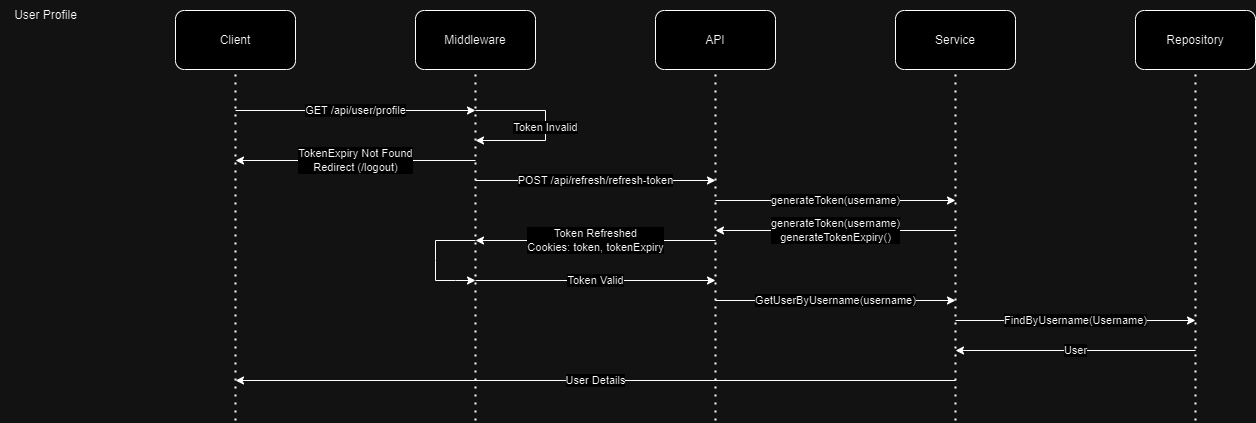
shahd9290/Competitive-Revision-Website keeps this draw.io diagram as documents/images/ProfileSequence.drawio.png. Above is the earlier version. Source tidied: cells renumbered, new cells last; positions are measured from the earlier drawing's top-left corner, leaving out a move shared by most shapes. The source it was exported from:
```xml
<mxGraphModel>
  <root>
    <mxCell id="0" />
    <mxCell id="1" parent="0" />
    <mxCell id="2" value="Middleware" style="rounded=1;whiteSpace=wrap;html=1;" parent="1" vertex="1">
      <mxGeometry x="415" y="10" width="120" height="59" as="geometry" />
    </mxCell>
    <mxCell id="3" style="endArrow=none;dashed=1;html=1;dashPattern=1 3;strokeWidth=2;rounded=0;entryX=0.5;entryY=1;entryDx=0;entryDy=0;" parent="1" edge="1" target="2">
      <mxGeometry relative="1" as="geometry">
        <mxPoint x="475" y="420" as="sourcePoint" />
      </mxGeometry>
    </mxCell>
    <mxCell id="4" value="API" style="rounded=1;whiteSpace=wrap;html=1;" parent="1" vertex="1">
      <mxGeometry x="655" y="10" width="120" height="59" as="geometry" />
    </mxCell>
    <mxCell id="5" style="endArrow=none;dashed=1;html=1;dashPattern=1 3;strokeWidth=2;rounded=0;entryX=0.5;entryY=1;entryDx=0;entryDy=0;" parent="1" edge="1" target="4">
      <mxGeometry relative="1" as="geometry">
        <mxPoint x="715" y="420" as="sourcePoint" />
      </mxGeometry>
    </mxCell>
    <mxCell id="6" value="Service" style="rounded=1;whiteSpace=wrap;html=1;" parent="1" vertex="1">
      <mxGeometry x="895" y="10" width="120" height="59" as="geometry" />
    </mxCell>
    <mxCell id="7" style="endArrow=none;dashed=1;html=1;dashPattern=1 3;strokeWidth=2;rounded=0;entryX=0.5;entryY=1;entryDx=0;entryDy=0;" parent="1" edge="1" target="6">
      <mxGeometry relative="1" as="geometry">
        <mxPoint x="955" y="420" as="sourcePoint" />
      </mxGeometry>
    </mxCell>
    <mxCell id="8" value="Repository" style="rounded=1;whiteSpace=wrap;html=1;" parent="1" vertex="1">
      <mxGeometry x="1135" y="10" width="120" height="59" as="geometry" />
    </mxCell>
    <mxCell id="9" style="endArrow=none;dashed=1;html=1;dashPattern=1 3;strokeWidth=2;rounded=0;entryX=0.5;entryY=1;entryDx=0;entryDy=0;" parent="1" edge="1" target="8">
      <mxGeometry relative="1" as="geometry">
        <mxPoint x="1195" y="420" as="sourcePoint" />
      </mxGeometry>
    </mxCell>
    <mxCell id="10" value="Client" style="rounded=1;whiteSpace=wrap;html=1;" parent="1" vertex="1">
      <mxGeometry x="175" y="10" width="120" height="59" as="geometry" />
    </mxCell>
    <mxCell id="11" style="endArrow=none;dashed=1;html=1;dashPattern=1 3;strokeWidth=2;rounded=0;entryX=0.5;entryY=1;entryDx=0;entryDy=0;" parent="1" edge="1" target="10">
      <mxGeometry relative="1" as="geometry">
        <mxPoint x="235" y="420" as="sourcePoint" />
      </mxGeometry>
    </mxCell>
    <mxCell id="12" value="User Profile" style="text;html=1;align=center;verticalAlign=middle;strokeColor=none;fillColor=none;" parent="1" vertex="1">
      <mxGeometry width="90" height="30" as="geometry" />
    </mxCell>
    <mxCell id="13" value="GET /api/user/profile" style="endArrow=classic;html=1;rounded=0;" parent="1" edge="1">
      <mxGeometry relative="1" as="geometry">
        <mxPoint x="235" y="110" as="sourcePoint" />
        <mxPoint x="475" y="110" as="targetPoint" />
      </mxGeometry>
    </mxCell>
    <mxCell id="14" value="Token Valid" style="endArrow=classic;html=1;rounded=0;" parent="1" edge="1">
      <mxGeometry relative="1" as="geometry">
        <mxPoint x="475" y="280" as="sourcePoint" />
        <mxPoint x="715" y="280" as="targetPoint" />
      </mxGeometry>
    </mxCell>
    <mxCell id="15" value="GetUserByUsername(username)" style="endArrow=classic;html=1;rounded=0;" parent="1" edge="1">
      <mxGeometry relative="1" as="geometry">
        <mxPoint x="715" y="300" as="sourcePoint" />
        <mxPoint x="955" y="300" as="targetPoint" />
      </mxGeometry>
    </mxCell>
    <mxCell id="16" value="FindByUsername(Username)" style="endArrow=classic;html=1;rounded=0;" parent="1" edge="1">
      <mxGeometry relative="1" as="geometry">
        <mxPoint x="955" y="320" as="sourcePoint" />
        <mxPoint x="1195" y="320" as="targetPoint" />
      </mxGeometry>
    </mxCell>
    <mxCell id="17" value="User" style="endArrow=classic;html=1;rounded=0;" parent="1" edge="1">
      <mxGeometry relative="1" as="geometry">
        <mxPoint x="1195" y="350" as="sourcePoint" />
        <mxPoint x="955" y="350" as="targetPoint" />
      </mxGeometry>
    </mxCell>
    <mxCell id="18" value="User Details" style="endArrow=classic;html=1;rounded=0;" parent="1" edge="1">
      <mxGeometry relative="1" as="geometry">
        <mxPoint x="955" y="380" as="sourcePoint" />
        <mxPoint x="235" y="380" as="targetPoint" />
      </mxGeometry>
    </mxCell>
    <mxCell id="19" value="Token Invalid" style="endArrow=classic;html=1;rounded=0;" parent="1" edge="1">
      <mxGeometry relative="1" as="geometry">
        <mxPoint x="475" y="110" as="sourcePoint" />
        <mxPoint x="475" y="140" as="targetPoint" />
        <Array as="points">
          <mxPoint x="545" y="110" />
          <mxPoint x="545" y="140" />
        </Array>
      </mxGeometry>
    </mxCell>
    <mxCell id="20" value="POST /api/refresh/refresh-token" style="endArrow=classic;html=1;rounded=0;" parent="1" edge="1">
      <mxGeometry relative="1" as="geometry">
        <mxPoint x="475" y="180" as="sourcePoint" />
        <mxPoint x="715" y="180" as="targetPoint" />
      </mxGeometry>
    </mxCell>
    <mxCell id="21" value="generateToken(username)" style="endArrow=classic;html=1;rounded=0;" parent="1" edge="1">
      <mxGeometry relative="1" as="geometry">
        <mxPoint x="715" y="200" as="sourcePoint" />
        <mxPoint x="955" y="200" as="targetPoint" />
      </mxGeometry>
    </mxCell>
    <mxCell id="22" value="generateToken(username)&lt;br&gt;generateTokenExpiry()" style="endArrow=classic;html=1;rounded=0;" parent="1" edge="1">
      <mxGeometry relative="1" as="geometry">
        <mxPoint x="955" y="230" as="sourcePoint" />
        <mxPoint x="715" y="230" as="targetPoint" />
      </mxGeometry>
    </mxCell>
    <mxCell id="23" value="Token Refreshed&lt;br&gt;Cookies: token, tokenExpiry" style="endArrow=classic;html=1;rounded=0;" parent="1" edge="1">
      <mxGeometry relative="1" as="geometry">
        <mxPoint x="715" y="240" as="sourcePoint" />
        <mxPoint x="475" y="240" as="targetPoint" />
      </mxGeometry>
    </mxCell>
    <mxCell id="24" style="endArrow=classic;html=1;rounded=0;" parent="1" edge="1">
      <mxGeometry relative="1" as="geometry">
        <mxPoint x="475" y="240" as="sourcePoint" />
        <mxPoint x="475" y="280" as="targetPoint" />
        <Array as="points">
          <mxPoint x="435" y="240" />
          <mxPoint x="435" y="260" />
          <mxPoint x="435" y="280" />
          <mxPoint x="455" y="280" />
        </Array>
      </mxGeometry>
    </mxCell>
    <mxCell id="25" value="TokenExpiry Not Found&lt;br&gt;Redirect (/logout)" style="endArrow=classic;html=1;rounded=0;" parent="1" edge="1">
      <mxGeometry relative="1" as="geometry">
        <mxPoint x="475" y="160" as="sourcePoint" />
        <mxPoint x="235" y="160" as="targetPoint" />
      </mxGeometry>
    </mxCell>
  </root>
</mxGraphModel>
```
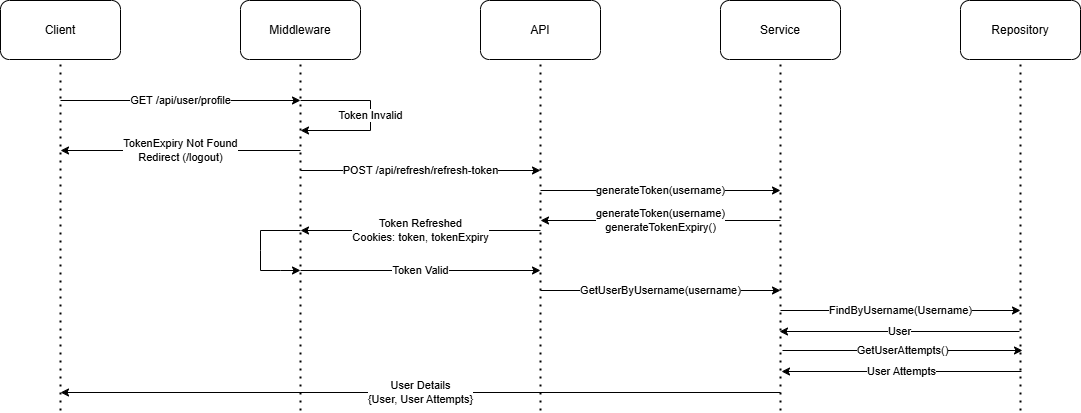
Above is the later version.

Diff of the diagram source:
```diff
@@ -5,46 +5,43 @@
     <mxCell id="2" value="Middleware" style="rounded=1;whiteSpace=wrap;html=1;" parent="1" vertex="1">
       <mxGeometry x="415" y="10" width="120" height="59" as="geometry" />
     </mxCell>
-    <mxCell id="3" style="endArrow=none;dashed=1;html=1;dashPattern=1 3;strokeWidth=2;rounded=0;entryX=0.5;entryY=1;entryDx=0;entryDy=0;" parent="1" edge="1" target="2">
-      <mxGeometry relative="1" as="geometry">
-        <mxPoint x="475" y="420" as="sourcePoint" />
-      </mxGeometry>
-    </mxCell>
+    <mxCell id="26" style="endArrow=none;dashed=1;html=1;dashPattern=1 3;strokeWidth=2;rounded=0;entryX=0.5;entryY=1;entryDx=0;entryDy=0;" parent="1" edge="1" target="2">
+      <mxGeometry relative="1" as="geometry">
+        <mxPoint x="475" y="420" as="sourcePoint" />
+      </mxGeometry>
+    </mxCell>
     <mxCell id="4" value="API" style="rounded=1;whiteSpace=wrap;html=1;" parent="1" vertex="1">
       <mxGeometry x="655" y="10" width="120" height="59" as="geometry" />
     </mxCell>
-    <mxCell id="5" style="endArrow=none;dashed=1;html=1;dashPattern=1 3;strokeWidth=2;rounded=0;entryX=0.5;entryY=1;entryDx=0;entryDy=0;" parent="1" edge="1" target="4">
-      <mxGeometry relative="1" as="geometry">
-        <mxPoint x="715" y="420" as="sourcePoint" />
-      </mxGeometry>
-    </mxCell>
+    <mxCell id="27" style="endArrow=none;dashed=1;html=1;dashPattern=1 3;strokeWidth=2;rounded=0;entryX=0.5;entryY=1;entryDx=0;entryDy=0;" parent="1" edge="1" target="4">
+      <mxGeometry relative="1" as="geometry">
+        <mxPoint x="715" y="420" as="sourcePoint" />
+      </mxGeometry>
+    </mxCell>
     <mxCell id="6" value="Service" style="rounded=1;whiteSpace=wrap;html=1;" parent="1" vertex="1">
       <mxGeometry x="895" y="10" width="120" height="59" as="geometry" />
     </mxCell>
-    <mxCell id="7" style="endArrow=none;dashed=1;html=1;dashPattern=1 3;strokeWidth=2;rounded=0;entryX=0.5;entryY=1;entryDx=0;entryDy=0;" parent="1" edge="1" target="6">
-      <mxGeometry relative="1" as="geometry">
-        <mxPoint x="955" y="420" as="sourcePoint" />
-      </mxGeometry>
-    </mxCell>
+    <mxCell id="28" style="endArrow=none;dashed=1;html=1;dashPattern=1 3;strokeWidth=2;rounded=0;entryX=0.5;entryY=1;entryDx=0;entryDy=0;" parent="1" edge="1" target="6">
+      <mxGeometry relative="1" as="geometry">
+        <mxPoint x="955" y="420" as="sourcePoint" />
+      </mxGeometry>
+    </mxCell>
     <mxCell id="8" value="Repository" style="rounded=1;whiteSpace=wrap;html=1;" parent="1" vertex="1">
       <mxGeometry x="1135" y="10" width="120" height="59" as="geometry" />
     </mxCell>
-    <mxCell id="9" style="endArrow=none;dashed=1;html=1;dashPattern=1 3;strokeWidth=2;rounded=0;entryX=0.5;entryY=1;entryDx=0;entryDy=0;" parent="1" edge="1" target="8">
-      <mxGeometry relative="1" as="geometry">
-        <mxPoint x="1195" y="420" as="sourcePoint" />
-      </mxGeometry>
-    </mxCell>
+    <mxCell id="29" style="endArrow=none;dashed=1;html=1;dashPattern=1 3;strokeWidth=2;rounded=0;entryX=0.5;entryY=1;entryDx=0;entryDy=0;" parent="1" edge="1" target="8">
+      <mxGeometry relative="1" as="geometry">
+        <mxPoint x="1195" y="420" as="sourcePoint" />
+      </mxGeometry>
+    </mxCell>
     <mxCell id="10" value="Client" style="rounded=1;whiteSpace=wrap;html=1;" parent="1" vertex="1">
       <mxGeometry x="175" y="10" width="120" height="59" as="geometry" />
     </mxCell>
-    <mxCell id="11" style="endArrow=none;dashed=1;html=1;dashPattern=1 3;strokeWidth=2;rounded=0;entryX=0.5;entryY=1;entryDx=0;entryDy=0;" parent="1" edge="1" target="10">
-      <mxGeometry relative="1" as="geometry">
-        <mxPoint x="235" y="420" as="sourcePoint" />
-      </mxGeometry>
-    </mxCell>
-    <mxCell id="12" value="User Profile" style="text;html=1;align=center;verticalAlign=middle;strokeColor=none;fillColor=none;" parent="1" vertex="1">
-      <mxGeometry width="90" height="30" as="geometry" />
-    </mxCell>
+    <mxCell id="30" style="endArrow=none;dashed=1;html=1;dashPattern=1 3;strokeWidth=2;rounded=0;entryX=0.5;entryY=1;entryDx=0;entryDy=0;" parent="1" edge="1" target="10">
+      <mxGeometry relative="1" as="geometry">
+        <mxPoint x="235" y="420" as="sourcePoint" />
+      </mxGeometry>
+    </mxCell>
     <mxCell id="13" value="GET /api/user/profile" style="endArrow=classic;html=1;rounded=0;" parent="1" edge="1">
       <mxGeometry relative="1" as="geometry">
         <mxPoint x="235" y="110" as="sourcePoint" />
@@ -71,16 +68,16 @@
     </mxCell>
     <mxCell id="17" value="User" style="endArrow=classic;html=1;rounded=0;" parent="1" edge="1">
       <mxGeometry relative="1" as="geometry">
-        <mxPoint x="1195" y="350" as="sourcePoint" />
-        <mxPoint x="955" y="350" as="targetPoint" />
+        <mxPoint x="1194" y="341" as="sourcePoint" />
+        <mxPoint x="954" y="341" as="targetPoint" />
       </mxGeometry>
     </mxCell>
-    <mxCell id="18" value="User Details" style="endArrow=classic;html=1;rounded=0;" parent="1" edge="1">
-      <mxGeometry relative="1" as="geometry">
-        <mxPoint x="955" y="380" as="sourcePoint" />
-        <mxPoint x="235" y="380" as="targetPoint" />
-      </mxGeometry>
-    </mxCell>
+    <mxCell id="31" value="User Details&lt;br&gt;{User, User Attempts}" style="endArrow=classic;html=1;rounded=0;" parent="1" edge="1">
+      <mxGeometry relative="1" as="geometry">
+        <mxPoint x="955" y="402" as="sourcePoint" />
+        <mxPoint x="235" y="402" as="targetPoint" />
+      </mxGeometry>
+    </mxCell>
     <mxCell id="19" value="Token Invalid" style="endArrow=classic;html=1;rounded=0;" parent="1" edge="1">
       <mxGeometry relative="1" as="geometry">
         <mxPoint x="475" y="110" as="sourcePoint" />
@@ -115,23 +112,35 @@
         <mxPoint x="475" y="240" as="targetPoint" />
       </mxGeometry>
     </mxCell>
-    <mxCell id="24" style="endArrow=classic;html=1;rounded=0;" parent="1" edge="1">
-      <mxGeometry relative="1" as="geometry">
-        <mxPoint x="475" y="240" as="sourcePoint" />
-        <mxPoint x="475" y="280" as="targetPoint" />
-        <Array as="points">
-          <mxPoint x="435" y="240" />
-          <mxPoint x="435" y="260" />
-          <mxPoint x="435" y="280" />
-          <mxPoint x="455" y="280" />
-        </Array>
-      </mxGeometry>
-    </mxCell>
+    <mxCell id="32" style="endArrow=classic;html=1;rounded=0;" parent="1" edge="1">
+      <mxGeometry relative="1" as="geometry">
+        <mxPoint x="475" y="240" as="sourcePoint" />
+        <mxPoint x="475" y="280" as="targetPoint" />
+        <Array as="points">
+          <mxPoint x="435" y="240" />
+          <mxPoint x="435" y="260" />
+          <mxPoint x="435" y="280" />
+          <mxPoint x="455" y="280" />
+        </Array>
+      </mxGeometry>
+    </mxCell>
     <mxCell id="25" value="TokenExpiry Not Found&lt;br&gt;Redirect (/logout)" style="endArrow=classic;html=1;rounded=0;" parent="1" edge="1">
       <mxGeometry relative="1" as="geometry">
         <mxPoint x="475" y="160" as="sourcePoint" />
         <mxPoint x="235" y="160" as="targetPoint" />
       </mxGeometry>
     </mxCell>
+    <mxCell id="33" value="GetUserAttempts()" style="endArrow=classic;html=1;rounded=0;" parent="1" edge="1">
+      <mxGeometry relative="1" as="geometry">
+        <mxPoint x="957" y="360" as="sourcePoint" />
+        <mxPoint x="1197" y="360" as="targetPoint" />
+      </mxGeometry>
+    </mxCell>
+    <mxCell id="34" value="User Attempts" style="endArrow=classic;html=1;rounded=0;" parent="1" edge="1">
+      <mxGeometry relative="1" as="geometry">
+        <mxPoint x="1196" y="381" as="sourcePoint" />
+        <mxPoint x="956" y="381" as="targetPoint" />
+      </mxGeometry>
+    </mxCell>
   </root>
 </mxGraphModel>
```
